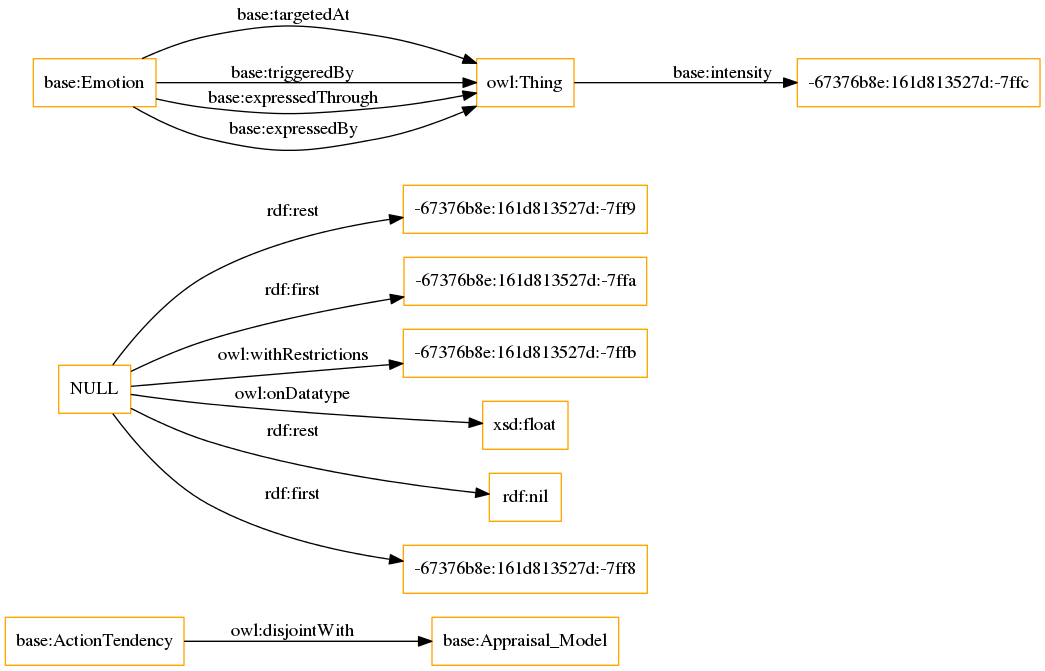
Before: OnToology/HEO.owl/diagrams/ar2dtool-class/HEO.owl.png, a diagram exported from Graphviz (rana-othman/Huam-Affective-States-and-their-influences-Ontology-HASIO). Its source is kept beside it as OnToology/HEO.owl/diagrams/ar2dtool-class/HEO.owl.png.dot.
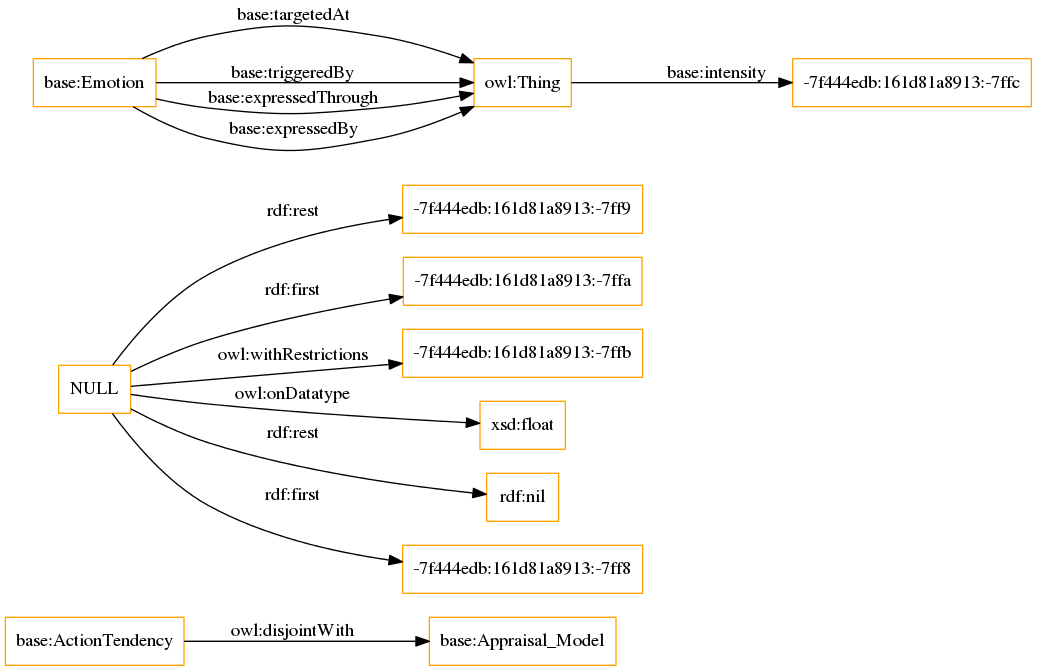
The same file after the commit.

What changed in the source:
```diff
@@ -3,14 +3,14 @@
 size="1501"
 node [shape = rectangle, color="orange"]; "base:ActionTendency" "base:Appraisal_Model" ; /*classes style*/
 	"base:ActionTendency" -> "base:Appraisal_Model" [ label = "owl:disjointWith" ];
-	"NULL" -> "-67376b8e:161d813527d:-7ff9" [ label = "rdf:rest" ];
-	"NULL" -> "-67376b8e:161d813527d:-7ffa" [ label = "rdf:first" ];
-	"NULL" -> "-67376b8e:161d813527d:-7ffb" [ label = "owl:withRestrictions" ];
+	"NULL" -> "-7f444edb:161d81a8913:-7ff9" [ label = "rdf:rest" ];
+	"NULL" -> "-7f444edb:161d81a8913:-7ffa" [ label = "rdf:first" ];
+	"NULL" -> "-7f444edb:161d81a8913:-7ffb" [ label = "owl:withRestrictions" ];
 	"NULL" -> "xsd:float" [ label = "owl:onDatatype" ];
 	"NULL" -> "rdf:nil" [ label = "rdf:rest" ];
-	"NULL" -> "-67376b8e:161d813527d:-7ff8" [ label = "rdf:first" ];
+	"NULL" -> "-7f444edb:161d81a8913:-7ff8" [ label = "rdf:first" ];
 	"base:Emotion" -> "owl:Thing" [ label = "base:targetedAt" ];
-	"owl:Thing" -> "-67376b8e:161d813527d:-7ffc" [ label = "base:intensity" ];
+	"owl:Thing" -> "-7f444edb:161d81a8913:-7ffc" [ label = "base:intensity" ];
 	"base:Emotion" -> "owl:Thing" [ label = "base:triggeredBy" ];
 	"base:Emotion" -> "owl:Thing" [ label = "base:expressedThrough" ];
 	"base:Emotion" -> "owl:Thing" [ label = "base:expressedBy" ];
```
